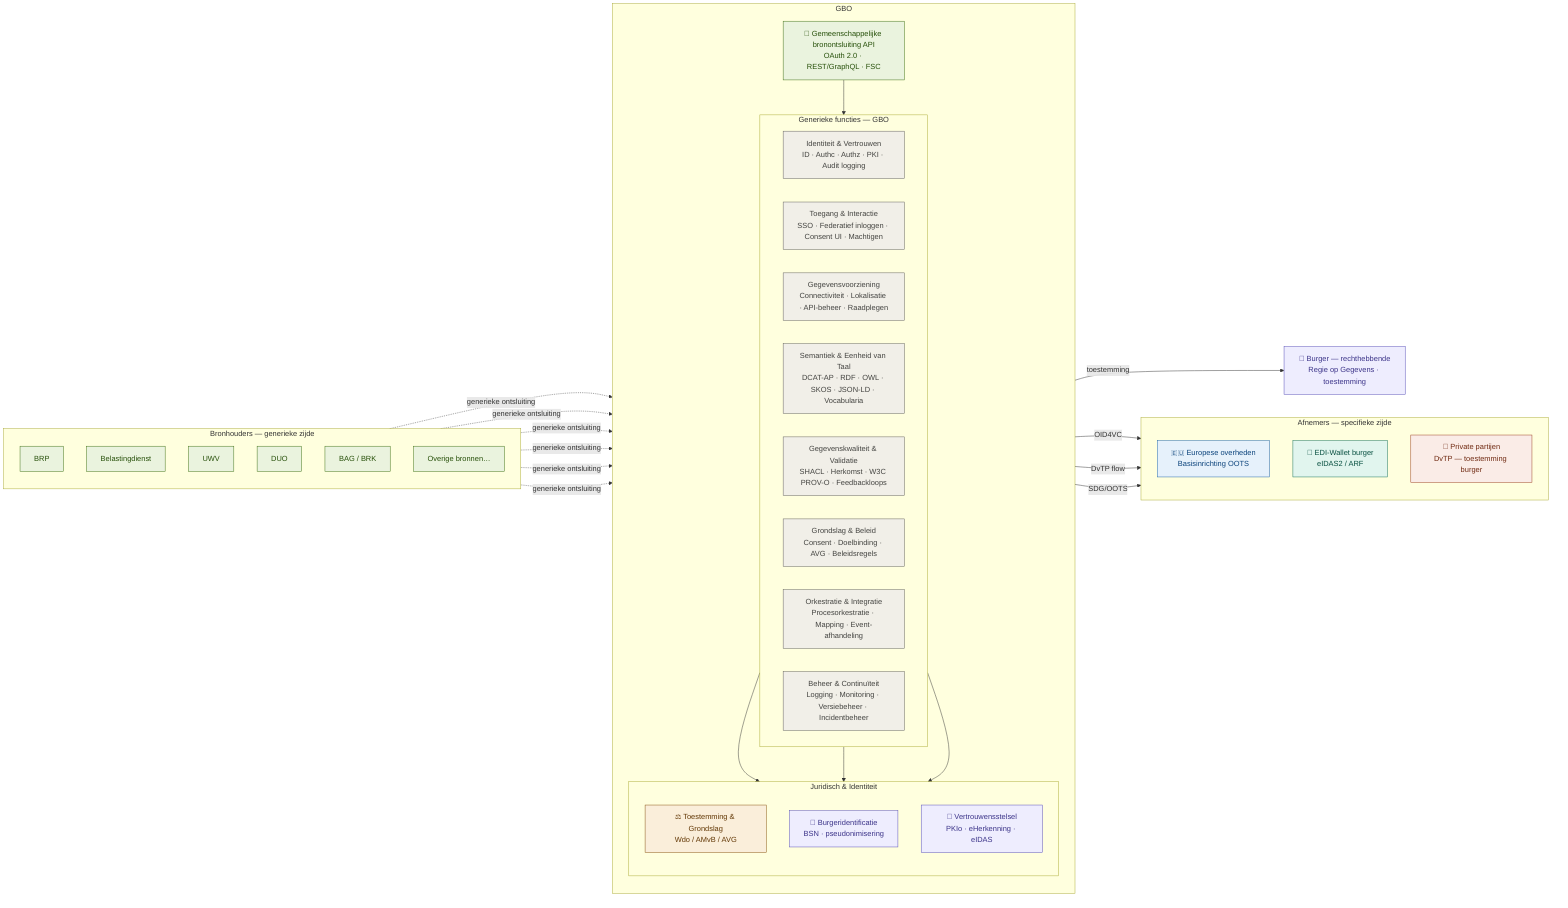
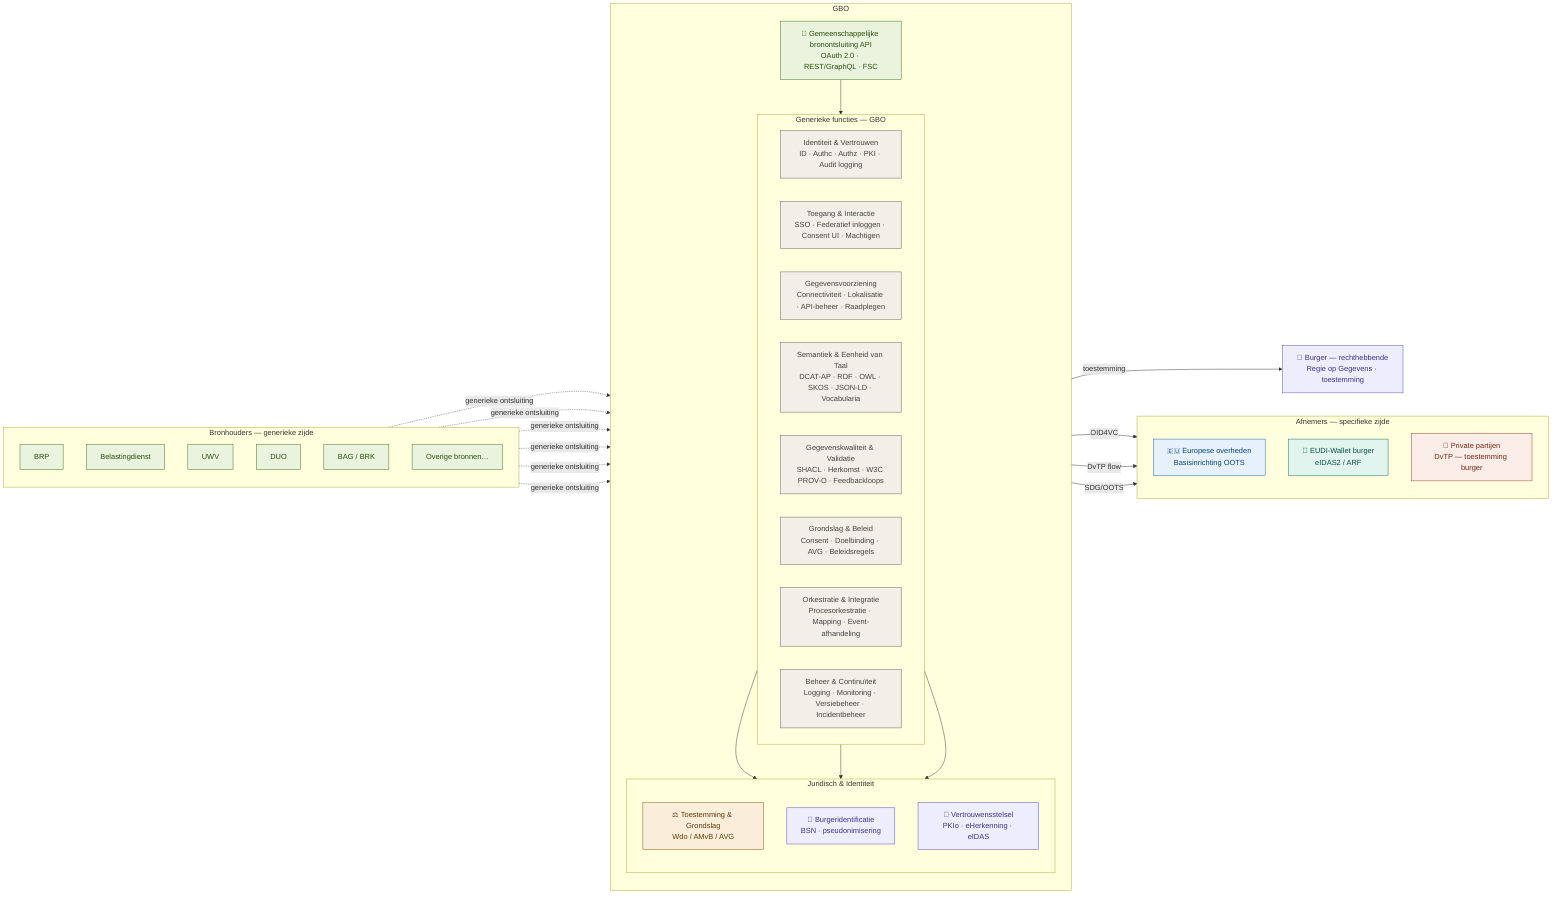
graph LR
    %% ── Bronhouders (links) ──────────────────────────────────
    subgraph BRH["Bronhouders — generieke zijde"]
        direction TB
        BRP["BRP"]
        BD["Belastingdienst"]
        UWV["UWV"]
        DUO["DUO"]
        BAG["BAG / BRK"]
        OV["Overige bronnen…"]
    end

    %% ── GBO Kern (midden) ────────────────────────────────────
    subgraph GBO["GBO"]
        direction TB

        subgraph TRUST["Juridisch &amp; Identiteit"]
            direction TB
            TG["⚖️ Toestemming &amp; Grondslag<br />Wdo / AMvB / AVG"]
            BI["🪪 Burgeridentificatie<br />BSN · pseudonimisering"]
            VS["🔐 Vertrouwensstelsel<br />PKIo · eHerkenning · eIDAS"]
        end

        subgraph FUNC["Generieke functies — GBO"]
            direction LR
            F1["Identiteit &amp; Vertrouwen<br />ID · Authc · Authz · PKI · Audit logging"]
            F2["Toegang &amp; Interactie<br />SSO · Federatief inloggen · Consent UI · Machtigen"]
            F3["Gegevensvoorziening<br />Connectiviteit · Lokalisatie · API-beheer · Raadplegen"]
            F4["Semantiek &amp; Eenheid van Taal<br />DCAT-AP · RDF · OWL · SKOS · JSON-LD · Vocabularia"]
            F5["Gegevenskwaliteit &amp; Validatie<br />SHACL · Herkomst · W3C PROV-O · Feedbackloops"]
            F6["Grondslag &amp; Beleid<br />Consent · Doelbinding · AVG · Beleidsregels"]
            F7["Orkestratie &amp; Integratie<br />Procesorkestratie · Mapping · Event-afhandeling"]
            F8["Beheer &amp; Continuïteit<br />Logging · Monitoring · Versiebeheer · Incidentbeheer"]
        end

        BRON_API["🔗 Gemeenschappelijke bronontsluiting API<br />OAuth 2.0 · REST/GraphQL · FSC"]
    end

    %% ── Burger (onderaan) ────────────────────────────────────
    BRG["👤 Burger — rechthebbende<br />Regie op Gegevens · toestemming"]

    %% ── Afnemers (rechts) ────────────────────────────────────
    subgraph AFN["Afnemers — specifieke zijde"]
        direction TB
        EU["🇪🇺 Europese overheden<br />Basisinrichting OOTS"]
-         EDI["📱 EDI-Wallet burger<br />eIDAS2 / ARF"]
+         EDI["📱 EUDI-Wallet burger<br />eIDAS2 / ARF"]
        PP["🏢 Private partijen<br />DvTP — toestemming burger"]
    end

    %% ── Verbindingen ─────────────────────────────────────────
    BRP -.->|generieke ontsluiting| BRON_API
    BD  -.->|generieke ontsluiting| BRON_API
    UWV -.->|generieke ontsluiting| BRON_API
    DUO -.->|generieke ontsluiting| BRON_API
    BAG -.->|generieke ontsluiting| BRON_API
    OV  -.->|generieke ontsluiting| BRON_API

    BRON_API --> FUNC

    FUNC --> TG
    FUNC --> BI
    FUNC --> VS

    FUNC -->|SDG/OOTS| EU
    BI -->|OID4VC| EDI
    TG -->|DvTP flow| PP

    TG -->|toestemming| BRG

    %% ── Stijlen ──────────────────────────────────────────────
    classDef afnemer_private fill:#FAECE7,stroke:#993C1D,color:#712B13
    classDef afnemer_eu      fill:#E6F1FB,stroke:#185FA5,color:#0C447C
    classDef afnemer_edi     fill:#E1F5EE,stroke:#0F6E56,color:#085041
    classDef juridisch       fill:#FAEEDA,stroke:#854F0B,color:#633806
    classDef identiteit      fill:#EEEDFE,stroke:#534AB7,color:#3C3489
    classDef generiek        fill:#F1EFE8,stroke:#5F5E5A,color:#444441
    classDef bronontsluiting fill:#EAF3DE,stroke:#3B6D11,color:#27500A
    classDef bronhouder      fill:#EAF3DE,stroke:#3B6D11,color:#27500A
    classDef burger          fill:#EEEDFE,stroke:#534AB7,color:#3C3489

    class PP afnemer_private
    class EU afnemer_eu
    class EDI afnemer_edi
    class TG juridisch
    class BI,VS identiteit
    class F1,F2,F3,F4,F5,F6,F7,F8 generiek
    class BRON_API bronontsluiting
    class BRP,BD,UWV,DUO,BAG,OV bronhouder
    class BRG burger
